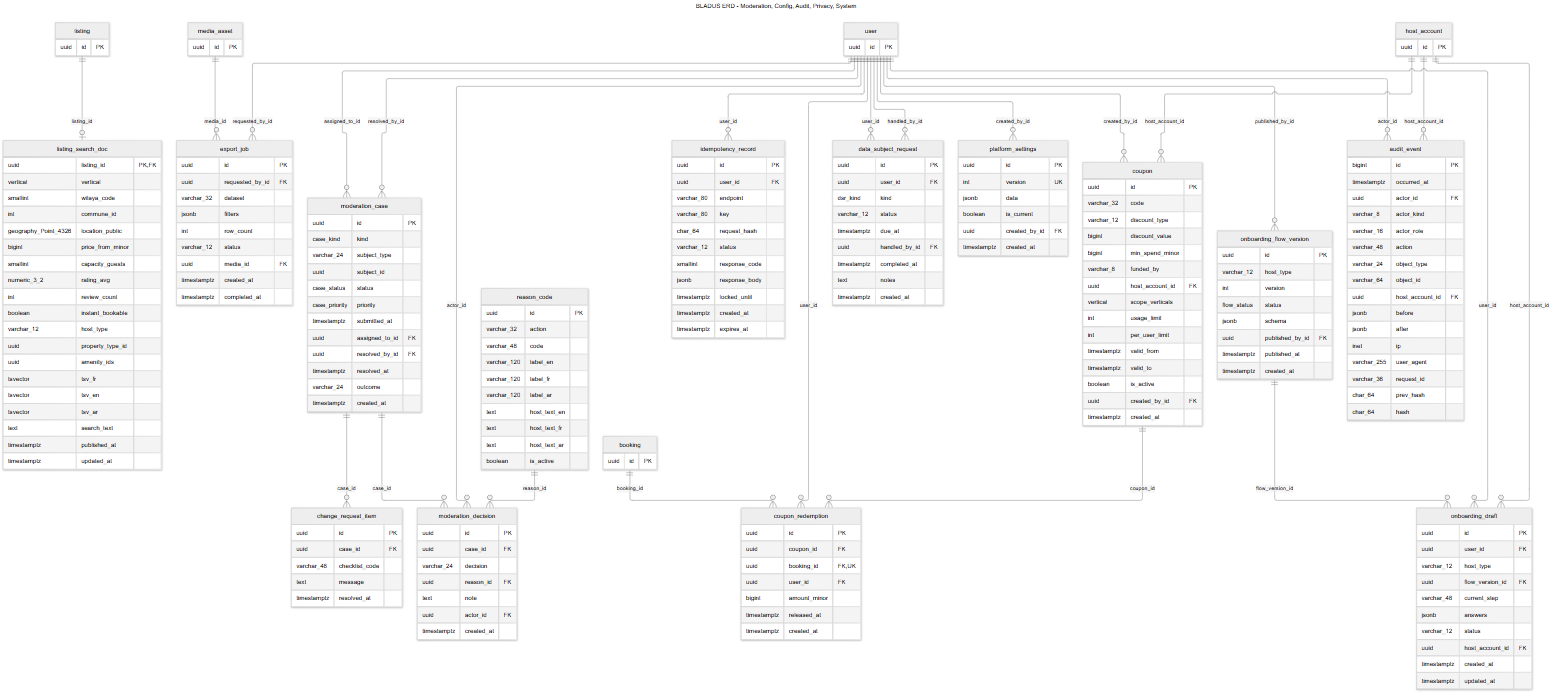
Before: docs/backend/diagrams/rendered/erd-14-moderation-config-audit-privacy-system.png, a diagram exported from Mermaid (med-amine-ok/darna). Its source is kept beside it as docs/backend/diagrams/erd-14-moderation-config-audit-privacy-system.mmd. The source it was exported from:
```mermaid
---
title: "BLADUS ERD - Moderation, Config, Audit, Privacy, System"
---
erDiagram
    reason_code {
        uuid id PK
        varchar_32 action
        varchar_48 code
        varchar_120 label_en
        varchar_120 label_fr
        varchar_120 label_ar
        text host_text_en
        text host_text_fr
        text host_text_ar
        boolean is_active
    }
    moderation_case {
        uuid id PK
        case_kind kind
        varchar_24 subject_type
        uuid subject_id
        case_status status
        case_priority priority
        timestamptz submitted_at
        uuid assigned_to_id FK
        uuid resolved_by_id FK
        timestamptz resolved_at
        varchar_24 outcome
        timestamptz created_at
    }
    moderation_decision {
        uuid id PK
        uuid case_id FK
        varchar_24 decision
        uuid reason_id FK
        text note
        uuid actor_id FK
        timestamptz created_at
    }
    change_request_item {
        uuid id PK
        uuid case_id FK
        varchar_48 checklist_code
        text message
        timestamptz resolved_at
    }
    platform_settings {
        uuid id PK
        int version UK
        jsonb data
        boolean is_current
        uuid created_by_id FK
        timestamptz created_at
    }
    onboarding_flow_version {
        uuid id PK
        varchar_12 host_type
        int version
        flow_status status
        jsonb schema
        uuid published_by_id FK
        timestamptz published_at
        timestamptz created_at
    }
    onboarding_draft {
        uuid id PK
        uuid user_id FK
        varchar_12 host_type
        uuid flow_version_id FK
        varchar_48 current_step
        jsonb answers
        varchar_12 status
        uuid host_account_id FK
        timestamptz created_at
        timestamptz updated_at
    }
    coupon {
        uuid id PK
        varchar_32 code
        varchar_12 discount_type
        bigint discount_value
        bigint min_spend_minor
        varchar_8 funded_by
        uuid host_account_id FK
        vertical scope_verticals
        int usage_limit
        int per_user_limit
        timestamptz valid_from
        timestamptz valid_to
        boolean is_active
        uuid created_by_id FK
        timestamptz created_at
    }
    coupon_redemption {
        uuid id PK
        uuid coupon_id FK
        uuid booking_id FK,UK
        uuid user_id FK
        bigint amount_minor
        timestamptz released_at
        timestamptz created_at
    }
    audit_event {
        bigint id PK
        timestamptz occurred_at
        uuid actor_id FK
        varchar_8 actor_kind
        varchar_16 actor_role
        varchar_48 action
        varchar_24 object_type
        varchar_64 object_id
        uuid host_account_id FK
        jsonb before
        jsonb after
        inet ip
        varchar_255 user_agent
        varchar_36 request_id
        char_64 prev_hash
        char_64 hash
    }
    export_job {
        uuid id PK
        uuid requested_by_id FK
        varchar_32 dataset
        jsonb filters
        int row_count
        varchar_12 status
        uuid media_id FK
        timestamptz created_at
        timestamptz completed_at
    }
    data_subject_request {
        uuid id PK
        uuid user_id FK
        dsr_kind kind
        varchar_12 status
        timestamptz due_at
        uuid handled_by_id FK
        timestamptz completed_at
        text notes
        timestamptz created_at
    }
    idempotency_record {
        uuid id PK
        uuid user_id FK
        varchar_80 endpoint
        varchar_80 key
        char_64 request_hash
        varchar_12 status
        smallint response_code
        jsonb response_body
        timestamptz locked_until
        timestamptz created_at
        timestamptz expires_at
    }
    listing_search_doc {
        uuid listing_id PK,FK
        vertical vertical
        smallint wilaya_code
        int commune_id
        geography_Point_4326 location_public
        bigint price_from_minor
        smallint capacity_guests
        numeric_3_2 rating_avg
        int review_count
        boolean instant_bookable
        varchar_12 host_type
        uuid property_type_id
        uuid amenity_ids
        tsvector tsv_fr
        tsvector tsv_en
        tsvector tsv_ar
        text search_text
        timestamptz published_at
        timestamptz updated_at
    }
    booking {
        uuid id PK
    }
    host_account {
        uuid id PK
    }
    listing {
        uuid id PK
    }
    media_asset {
        uuid id PK
    }
    user {
        uuid id PK
    }
    user ||--o{ moderation_case : "assigned_to_id"
    user ||--o{ moderation_case : "resolved_by_id"
    moderation_case ||--o{ moderation_decision : "case_id"
    reason_code ||--o{ moderation_decision : "reason_id"
    user ||--o{ moderation_decision : "actor_id"
    moderation_case ||--o{ change_request_item : "case_id"
    user ||--o{ platform_settings : "created_by_id"
    user ||--o{ onboarding_flow_version : "published_by_id"
    user ||--o{ onboarding_draft : "user_id"
    onboarding_flow_version ||--o{ onboarding_draft : "flow_version_id"
    host_account ||--o{ onboarding_draft : "host_account_id"
    host_account ||--o{ coupon : "host_account_id"
    user ||--o{ coupon : "created_by_id"
    coupon ||--o{ coupon_redemption : "coupon_id"
    booking ||--o{ coupon_redemption : "booking_id"
    user ||--o{ coupon_redemption : "user_id"
    user ||--o{ audit_event : "actor_id"
    host_account ||--o{ audit_event : "host_account_id"
    user ||--o{ export_job : "requested_by_id"
    media_asset ||--o{ export_job : "media_id"
    user ||--o{ data_subject_request : "user_id"
    user ||--o{ data_subject_request : "handled_by_id"
    user ||--o{ idempotency_record : "user_id"
    listing ||--o| listing_search_doc : "listing_id"
```
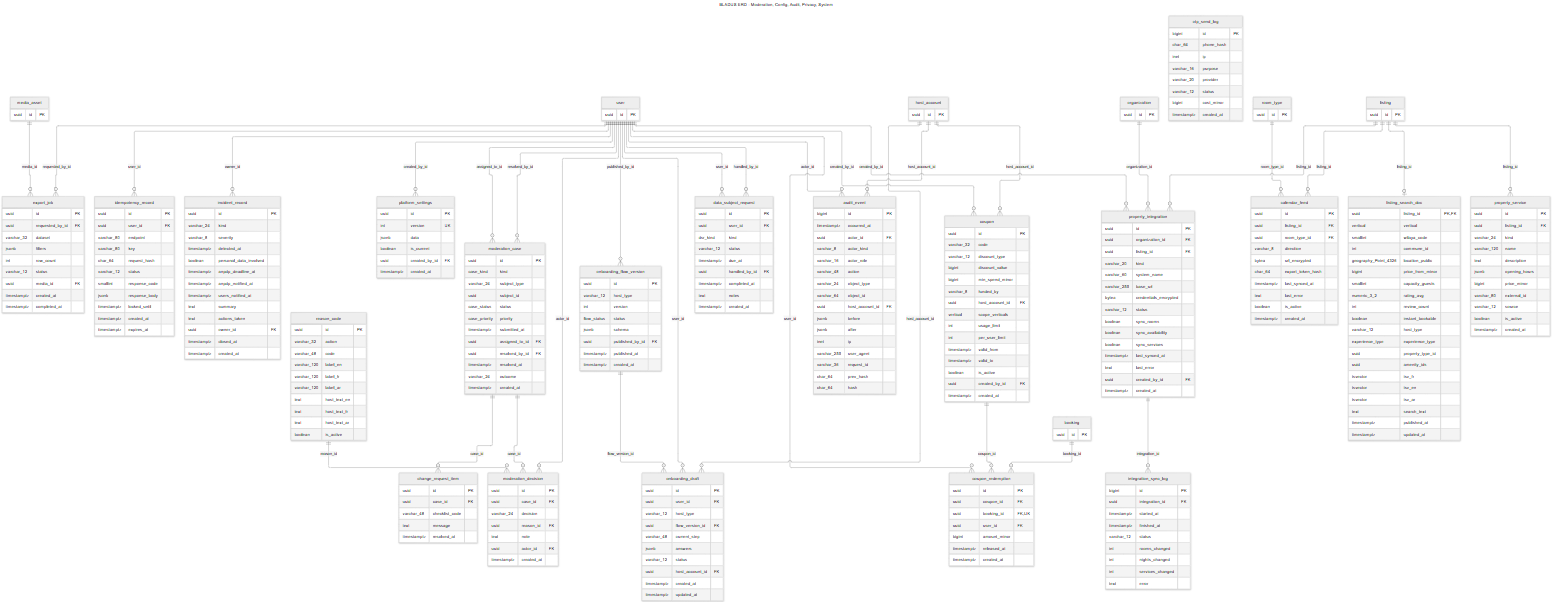
After the commit.

The edit, as a diff of the source:
```diff
@@ -153,6 +153,84 @@
         timestamptz created_at
         timestamptz expires_at
     }
+    incident_record {
+        uuid id PK
+        varchar_24 kind
+        varchar_8 severity
+        timestamptz detected_at
+        boolean personal_data_involved
+        timestamptz anpdp_deadline_at
+        timestamptz anpdp_notified_at
+        timestamptz users_notified_at
+        text summary
+        text actions_taken
+        uuid owner_id FK
+        timestamptz closed_at
+        timestamptz created_at
+    }
+    calendar_feed {
+        uuid id PK
+        uuid listing_id FK
+        uuid room_type_id FK
+        varchar_8 direction
+        bytea url_encrypted
+        char_64 export_token_hash
+        timestamptz last_synced_at
+        text last_error
+        boolean is_active
+        timestamptz created_at
+    }
+    otp_send_log {
+        bigint id PK
+        char_64 phone_hash
+        inet ip
+        varchar_16 purpose
+        varchar_20 provider
+        varchar_12 status
+        bigint cost_minor
+        timestamptz created_at
+    }
+    property_integration {
+        uuid id PK
+        uuid organization_id FK
+        uuid listing_id FK
+        varchar_20 kind
+        varchar_60 system_name
+        varchar_255 base_url
+        bytea credentials_encrypted
+        varchar_12 status
+        boolean sync_rooms
+        boolean sync_availability
+        boolean sync_services
+        timestamptz last_synced_at
+        text last_error
+        uuid created_by_id FK
+        timestamptz created_at
+    }
+    integration_sync_log {
+        bigint id PK
+        uuid integration_id FK
+        timestamptz started_at
+        timestamptz finished_at
+        varchar_12 status
+        int rooms_changed
+        int nights_changed
+        int services_changed
+        text error
+    }
+    property_service {
+        uuid id PK
+        uuid listing_id FK
+        varchar_24 kind
+        varchar_120 name
+        text description
+        jsonb opening_hours
+        bigint price_minor
+        varchar_80 external_id
+        varchar_12 source
+        boolean is_active
+        timestamptz created_at
+    }
     listing_search_doc {
         uuid listing_id PK,FK
         vertical vertical
@@ -165,6 +243,7 @@
         int review_count
         boolean instant_bookable
         varchar_12 host_type
+        experience_type experience_type
         uuid property_type_id
         uuid amenity_ids
         tsvector tsv_fr
@@ -184,6 +263,12 @@
         uuid id PK
     }
     media_asset {
+        uuid id PK
+    }
+    organization {
+        uuid id PK
+    }
+    room_type {
         uuid id PK
     }
     user {
@@ -212,4 +297,12 @@
     user ||--o{ data_subject_request : "user_id"
     user ||--o{ data_subject_request : "handled_by_id"
     user ||--o{ idempotency_record : "user_id"
+    user ||--o{ incident_record : "owner_id"
+    listing ||--o{ calendar_feed : "listing_id"
+    room_type ||--o{ calendar_feed : "room_type_id"
+    organization ||--o{ property_integration : "organization_id"
+    listing ||--o{ property_integration : "listing_id"
+    user ||--o{ property_integration : "created_by_id"
+    property_integration ||--o{ integration_sync_log : "integration_id"
+    listing ||--o{ property_service : "listing_id"
     listing ||--o| listing_search_doc : "listing_id"
```
